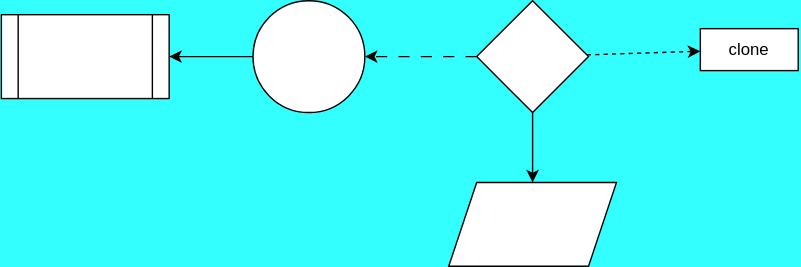
Above: test.svg in knkrn5/Programming-Concepts (draw.io), before the change. Source tidied: cells renumbered, new cells last; positions are measured from the earlier drawing's top-left corner, leaving out a move shared by most shapes.
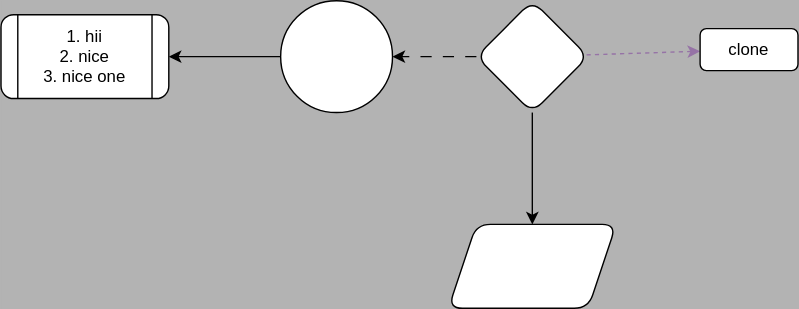
The same diagram one commit later.

Commit message:
Refactor diagram styles and remove unused files

The edit, as a diff of the source:
```diff
@@ -1,32 +1,32 @@
-<mxGraphModel background="#33FFFF">
+<mxGraphModel background="#B3B3B3">
   <root>
     <mxCell id="0" />
     <mxCell id="1" parent="0" />
     <mxCell id="2" style="edgeStyle=none;html=1;dashed=1;dashPattern=8 8;" parent="1" edge="1" source="5" target="7">
       <mxGeometry relative="1" as="geometry" />
     </mxCell>
-    <mxCell id="3" style="edgeStyle=none;html=1;" parent="1" edge="1" source="5" target="8">
+    <mxCell id="3" style="html=1;" parent="1" edge="1" source="5" target="8">
       <mxGeometry relative="1" as="geometry" />
     </mxCell>
-    <mxCell id="4" style="edgeStyle=none;html=1;dashed=1;" parent="1" edge="1" source="5" target="9">
+    <mxCell id="4" style="edgeStyle=none;html=1;dashed=1;fillColor=#e1d5e7;strokeColor=#9673a6;textShadow=1;" parent="1" edge="1" source="5" target="9">
       <mxGeometry relative="1" as="geometry" />
     </mxCell>
-    <mxCell id="5" style="rhombus;whiteSpace=wrap;html=1;" parent="1" vertex="1">
+    <mxCell id="5" style="rhombus;whiteSpace=wrap;html=1;rounded=1;" parent="1" vertex="1">
       <mxGeometry x="340" width="80" height="80" as="geometry" />
     </mxCell>
     <mxCell id="6" style="edgeStyle=none;html=1;" parent="1" edge="1" source="7" target="10">
       <mxGeometry relative="1" as="geometry" />
     </mxCell>
-    <mxCell id="7" style="ellipse;whiteSpace=wrap;html=1;" parent="1" vertex="1">
-      <mxGeometry x="180" width="80" height="80" as="geometry" />
+    <mxCell id="7" style="ellipse;whiteSpace=wrap;html=1;rounded=1;" parent="1" vertex="1">
+      <mxGeometry x="200" width="80" height="80" as="geometry" />
     </mxCell>
-    <mxCell id="8" style="shape=parallelogram;perimeter=parallelogramPerimeter;whiteSpace=wrap;html=1;fixedSize=1;" parent="1" vertex="1">
-      <mxGeometry x="320" y="130" width="120" height="60" as="geometry" />
+    <mxCell id="8" style="shape=parallelogram;perimeter=parallelogramPerimeter;whiteSpace=wrap;html=1;fixedSize=1;rounded=1;" parent="1" vertex="1">
+      <mxGeometry x="320" y="160" width="120" height="60" as="geometry" />
     </mxCell>
-    <mxCell id="9" value="clone" style="whiteSpace=wrap;html=1;" parent="1" vertex="1">
+    <mxCell id="9" value="clone" style="whiteSpace=wrap;html=1;rounded=1;" parent="1" vertex="1">
       <mxGeometry x="500" y="20" width="70" height="30" as="geometry" />
     </mxCell>
-    <mxCell id="10" style="shape=process;whiteSpace=wrap;html=1;backgroundOutline=1;" parent="1" vertex="1">
+    <mxCell id="10" value="1. hii&lt;div&gt;2. nice&lt;/div&gt;&lt;div&gt;3. nice one&lt;/div&gt;" style="shape=process;whiteSpace=wrap;html=1;backgroundOutline=1;rounded=1;" parent="1" vertex="1">
       <mxGeometry y="10" width="120" height="60" as="geometry" />
     </mxCell>
   </root>
```
